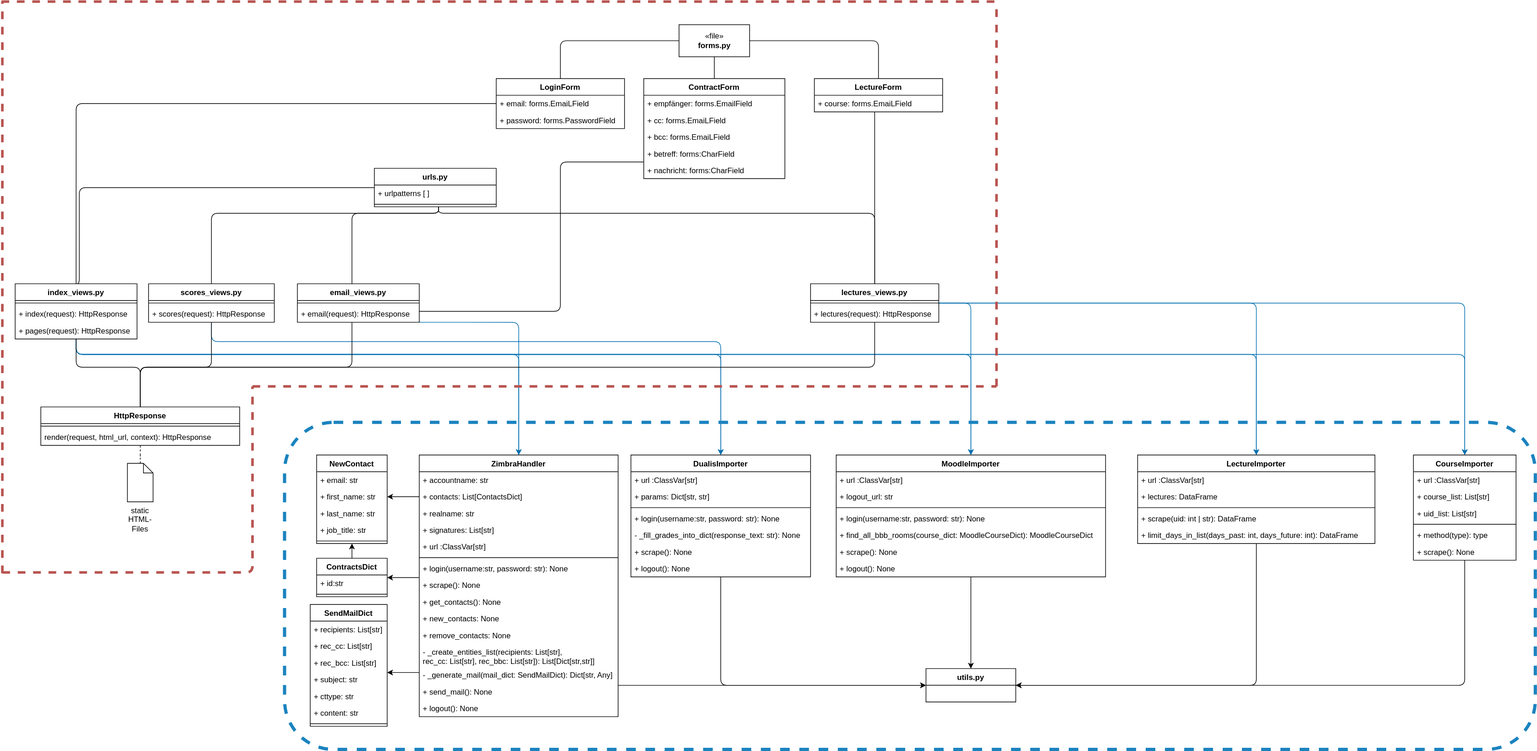
This is documents/img/BonoboUML.drawio.svg from Software-Engineering-DHBW/BonoboBoard, a draw.io export, as it was before one commit. Source tidied: cells renumbered, new cells last; positions are measured from the earlier drawing's top-left corner, leaving out a move shared by most shapes.
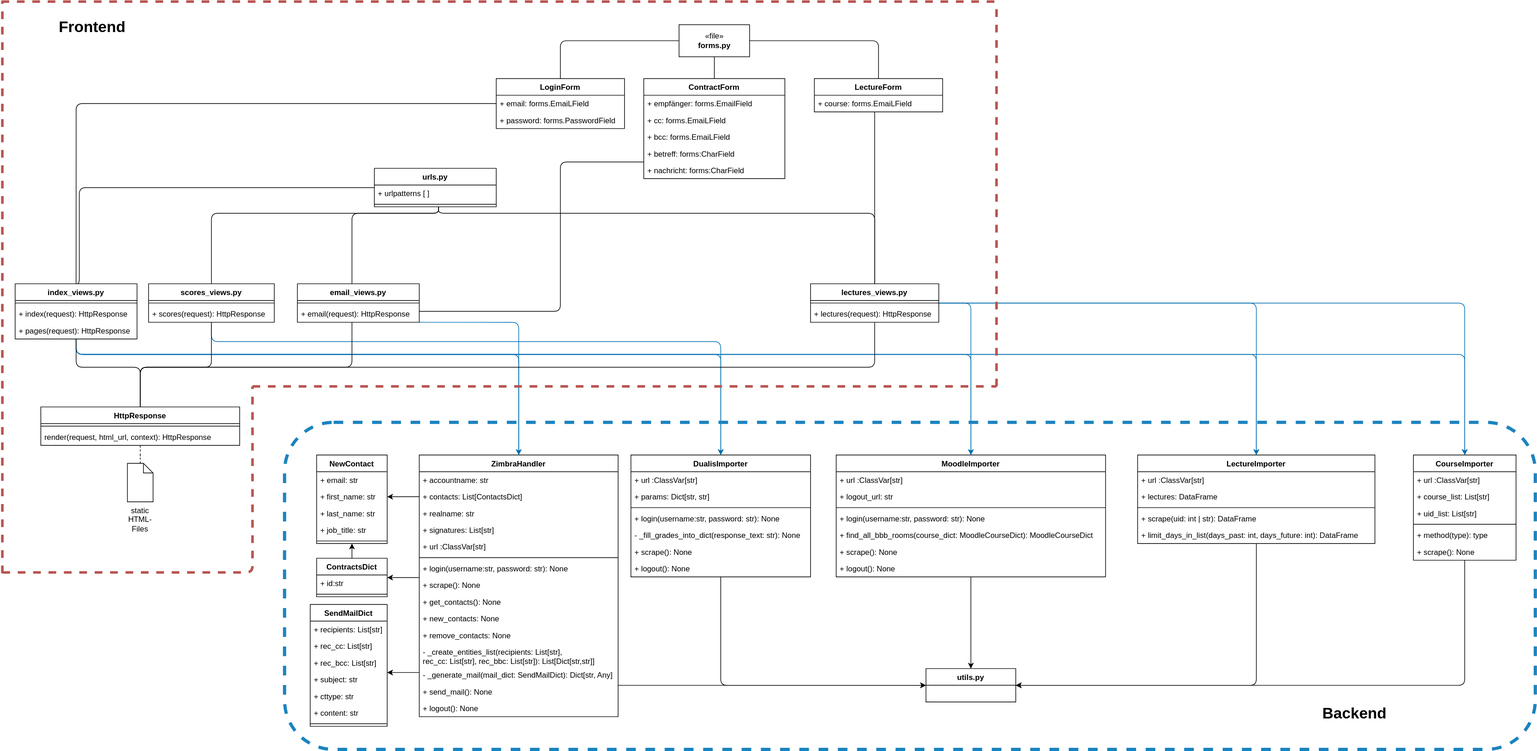
The same diagram one commit later.

The edit, as a diff of the source:
```diff
@@ -532,5 +532,11 @@
         <mxPoint x="1" as="targetPoint" />
       </mxGeometry>
     </mxCell>
+    <mxCell id="137" value="Frontend" style="text;strokeColor=none;fillColor=none;html=1;fontSize=24;fontStyle=1;verticalAlign=middle;align=center;rounded=1;dashed=1;" parent="1" vertex="1">
+      <mxGeometry x="91" y="20" width="100" height="40" as="geometry" />
+    </mxCell>
+    <mxCell id="138" value="Backend" style="text;strokeColor=none;fillColor=none;html=1;fontSize=24;fontStyle=1;verticalAlign=middle;align=center;rounded=1;dashed=1;" parent="1" vertex="1">
+      <mxGeometry x="2059" y="1090" width="100" height="40" as="geometry" />
+    </mxCell>
   </root>
 </mxGraphModel>
```
